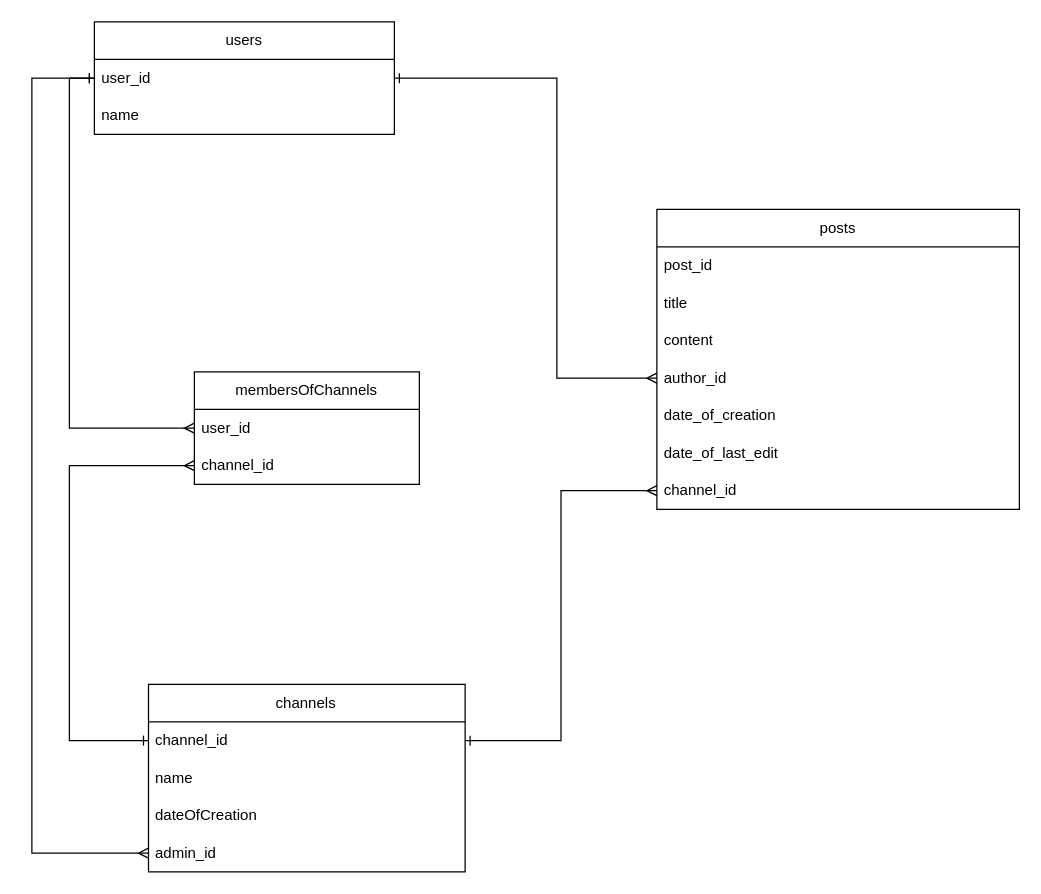
This is KnowSpaceDiagram.drawio from AtanasChobanov/Blog-Web-App, a draw.io file, before an edit. Source tidied: cells renumbered, new cells numbered last; positions are measured from the earlier drawing's top-left corner, leaving out a move shared by most shapes. Both pictures are drawn from the tidied source at 125%, with x=0, y=0 at pixel (31, 21).
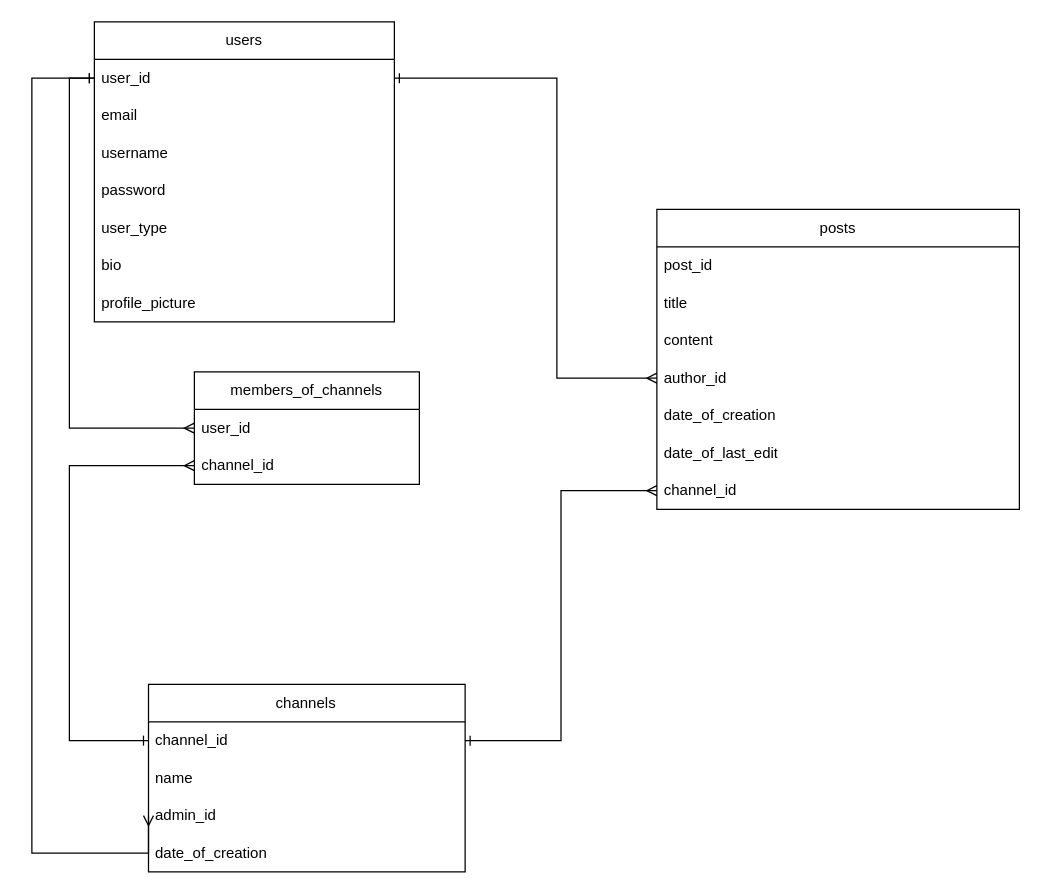
After the change.

Unchanged cells that the change refers to:
```xml
<mxCell id="2" value="channels" style="swimlane;fontStyle=0;horizontal=1;startSize=30;whiteSpace=wrap;html=1;" parent="1" vertex="1">
  <mxGeometry x="93.3" y="530" width="253.3" height="150" as="geometry" />
</mxCell>
```

Diff of the diagram source:
```diff
@@
+    <mxCell id="6" value="ad&lt;span style=&quot;background-color: initial;&quot;&gt;min_id&lt;/span&gt;" style="text;strokeColor=none;fillColor=none;align=left;verticalAlign=middle;spacingLeft=4;spacingRight=4;overflow=hidden;points=[[0,0.5],[1,0.5]];portConstraint=eastwest;whiteSpace=wrap;html=1;" parent="2" vertex="1">
+      <mxGeometry y="90" width="253.3" height="30" as="geometry" />
+    </mxCell>
-    <mxCell id="5" value="dateOfCreation" style="text;strokeColor=none;fillColor=none;align=left;verticalAlign=middle;spacingLeft=4;spacingRight=4;overflow=hidden;whiteSpace=wrap;html=1;" parent="2" vertex="1">
-      <mxGeometry y="90" width="253.3" height="30" as="geometry" />
+    <mxCell id="5" value="date_of_creation" style="text;strokeColor=none;fillColor=none;align=left;verticalAlign=middle;spacingLeft=4;spacingRight=4;overflow=hidden;whiteSpace=wrap;html=1;" parent="2" vertex="1">
+      <mxGeometry y="120" width="253.3" height="30" as="geometry" />
     </mxCell>
-    <mxCell id="6" value="ad&lt;span style=&quot;background-color: initial;&quot;&gt;min_id&lt;/span&gt;" style="text;strokeColor=none;fillColor=none;align=left;verticalAlign=middle;spacingLeft=4;spacingRight=4;overflow=hidden;points=[[0,0.5],[1,0.5]];portConstraint=eastwest;whiteSpace=wrap;html=1;" parent="2" vertex="1">
-      <mxGeometry y="120" width="253.3" height="30" as="geometry" />
-    </mxCell>
@@
     <mxCell id="16" value="users" style="swimlane;fontStyle=0;horizontal=1;startSize=30;whiteSpace=wrap;html=1;" parent="1" vertex="1">
-      <mxGeometry x="50" width="240" height="90" as="geometry" />
+      <mxGeometry x="50" width="240" height="240" as="geometry" />
     </mxCell>
@@
-    <mxCell id="18" value="name" style="text;strokeColor=none;fillColor=none;align=left;verticalAlign=middle;spacingLeft=4;spacingRight=4;overflow=hidden;whiteSpace=wrap;html=1;" parent="16" vertex="1">
+    <mxCell id="18" value="email" style="text;strokeColor=none;fillColor=none;align=left;verticalAlign=middle;spacingLeft=4;spacingRight=4;overflow=hidden;whiteSpace=wrap;html=1;" parent="16" vertex="1">
       <mxGeometry y="60" width="240" height="30" as="geometry" />
     </mxCell>
+    <mxCell id="26" value="username" style="text;strokeColor=none;fillColor=none;align=left;verticalAlign=middle;spacingLeft=4;spacingRight=4;overflow=hidden;whiteSpace=wrap;html=1;" parent="16" vertex="1">
+      <mxGeometry y="90" width="240" height="30" as="geometry" />
+    </mxCell>
+    <mxCell id="27" value="password" style="text;strokeColor=none;fillColor=none;align=left;verticalAlign=middle;spacingLeft=4;spacingRight=4;overflow=hidden;whiteSpace=wrap;html=1;" parent="16" vertex="1">
+      <mxGeometry y="120" width="240" height="30" as="geometry" />
+    </mxCell>
+    <mxCell id="28" value="user_type" style="text;strokeColor=none;fillColor=none;align=left;verticalAlign=middle;spacingLeft=4;spacingRight=4;overflow=hidden;whiteSpace=wrap;html=1;" parent="16" vertex="1">
+      <mxGeometry y="150" width="240" height="30" as="geometry" />
+    </mxCell>
+    <mxCell id="29" value="bio" style="text;strokeColor=none;fillColor=none;align=left;verticalAlign=middle;spacingLeft=4;spacingRight=4;overflow=hidden;whiteSpace=wrap;html=1;" parent="16" vertex="1">
+      <mxGeometry y="180" width="240" height="30" as="geometry" />
+    </mxCell>
+    <mxCell id="30" value="profile_picture" style="text;strokeColor=none;fillColor=none;align=left;verticalAlign=middle;spacingLeft=4;spacingRight=4;overflow=hidden;whiteSpace=wrap;html=1;" parent="16" vertex="1">
+      <mxGeometry y="210" width="240" height="30" as="geometry" />
+    </mxCell>
@@
-    <mxCell id="21" value="membersOfChannels" style="swimlane;fontStyle=0;horizontal=1;startSize=30;whiteSpace=wrap;html=1;" parent="1" vertex="1">
+    <mxCell id="21" value="members_of_channels" style="swimlane;fontStyle=0;horizontal=1;startSize=30;whiteSpace=wrap;html=1;" parent="1" vertex="1">
       <mxGeometry x="130" y="280" width="180" height="90" as="geometry" />
     </mxCell>
```
